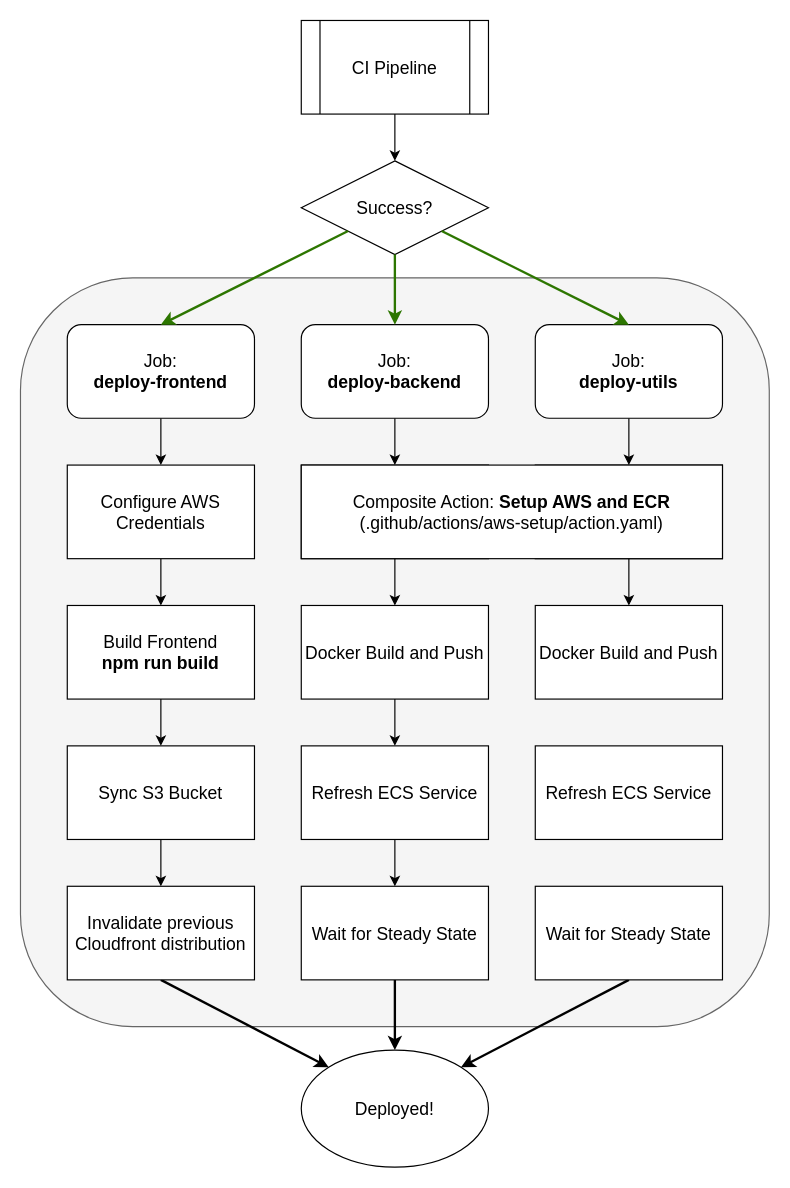
Before: 06-Diagrams/CD.drawio in corey-richardson/comp3000, a draw.io diagram. Source tidied: cells renumbered, new cells numbered last; positions are measured from the earlier drawing's top-left corner, leaving out a move shared by most shapes. Both pictures are drawn from the tidied source at 117%, with x=0, y=0 at pixel (20, 20).
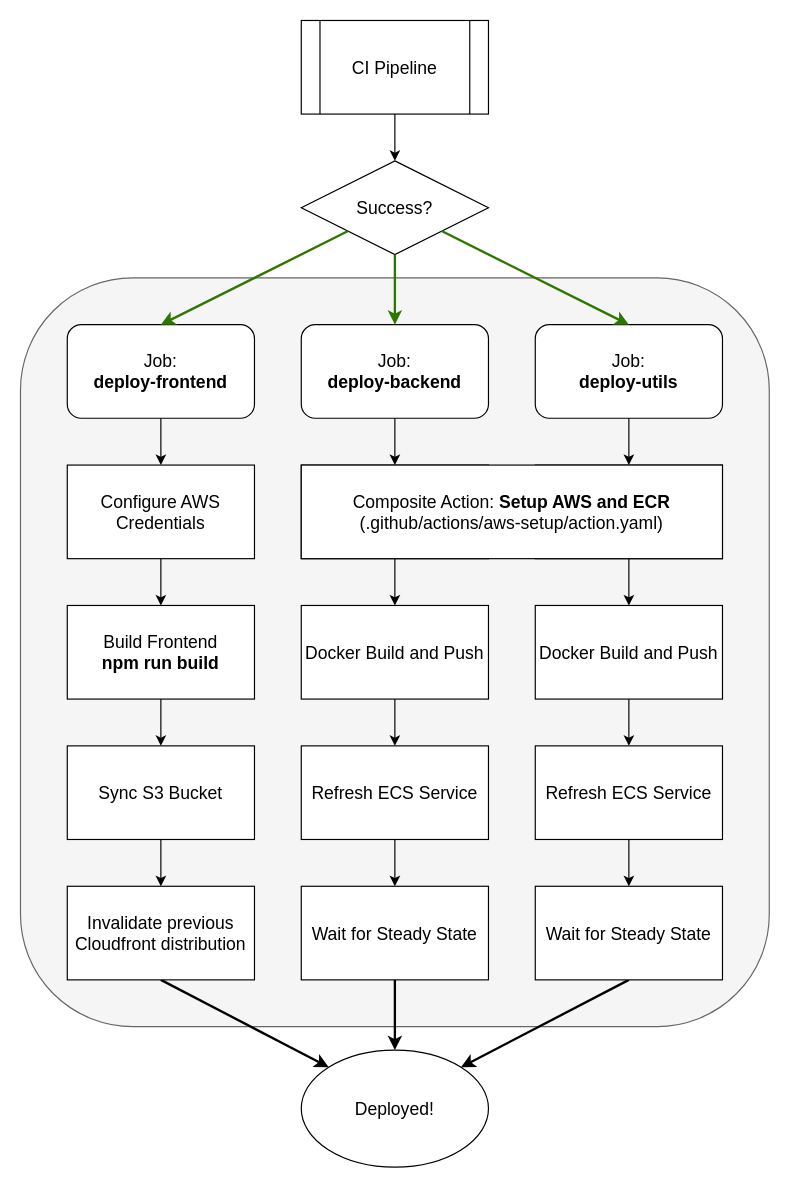
The same diagram, later.

Unchanged cells that the change refers to:
```xml
<mxCell id="29" value="Docker Build and Push" style="rounded=0;whiteSpace=wrap;html=1;fontSize=15;" parent="1" vertex="1">
  <mxGeometry x="440" y="500" width="160" height="80" as="geometry" />
</mxCell>
<mxCell id="30" value="Refresh ECS Service" style="rounded=0;whiteSpace=wrap;html=1;fontSize=15;" parent="1" vertex="1">
  <mxGeometry x="440" y="620" width="160" height="80" as="geometry" />
</mxCell>
<mxCell id="32" value="Wait for Steady State" style="rounded=0;whiteSpace=wrap;html=1;fontSize=15;" parent="1" vertex="1">
  <mxGeometry x="440" y="740" width="160" height="80" as="geometry" />
</mxCell>
```

Diff of the diagram source:
```diff
@@
+    <mxCell id="39" style="edgeStyle=orthogonalEdgeStyle;rounded=0;jettySize=auto;html=1;exitX=0.5;exitY=1;exitDx=0;exitDy=0;entryX=0.5;entryY=0;entryDx=0;entryDy=0;" parent="1" edge="1" source="29" target="30">
+      <mxGeometry relative="1" as="geometry" />
+    </mxCell>
@@
+    <mxCell id="40" style="edgeStyle=orthogonalEdgeStyle;rounded=0;jettySize=auto;html=1;exitX=0.5;exitY=1;exitDx=0;exitDy=0;entryX=0.5;entryY=0;entryDx=0;entryDy=0;" parent="1" edge="1" source="30" target="32">
+      <mxGeometry relative="1" as="geometry" />
+    </mxCell>
```
